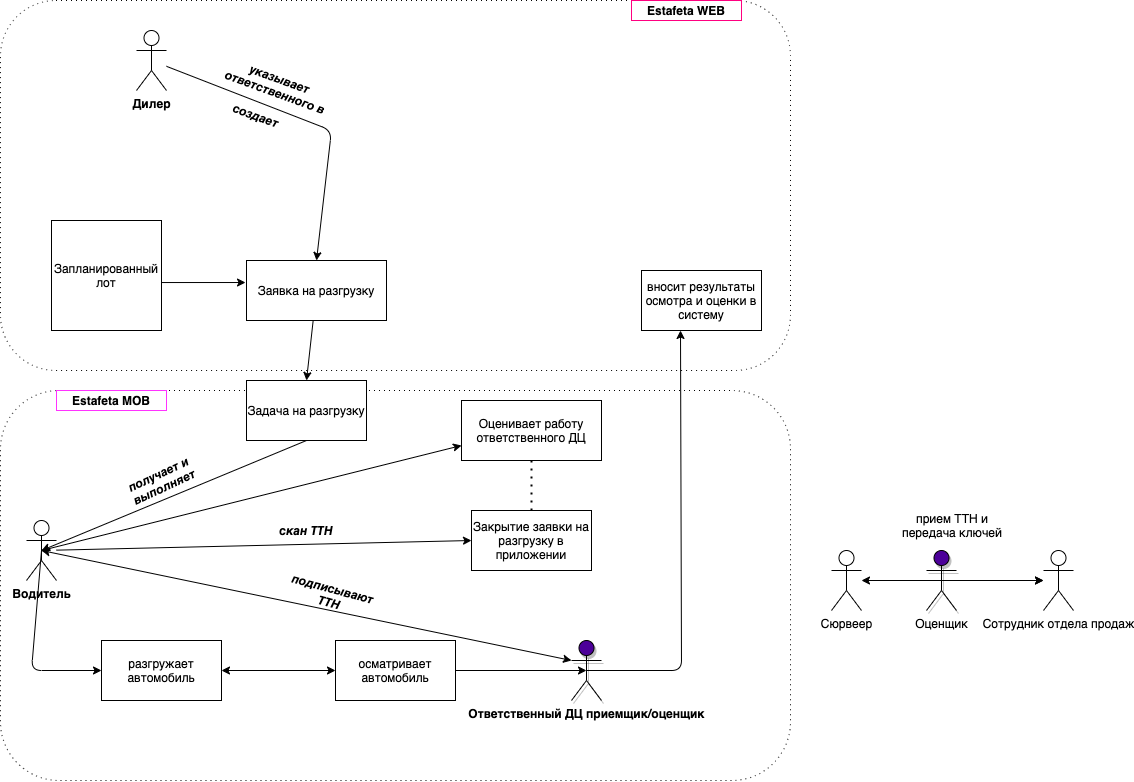
The draw.io diagram verification bp.png in annastazi02/diagrams, before a commit. Source tidied: cells renumbered, new cells last; positions are measured from the earlier drawing's top-left corner, leaving out a move shared by most shapes.
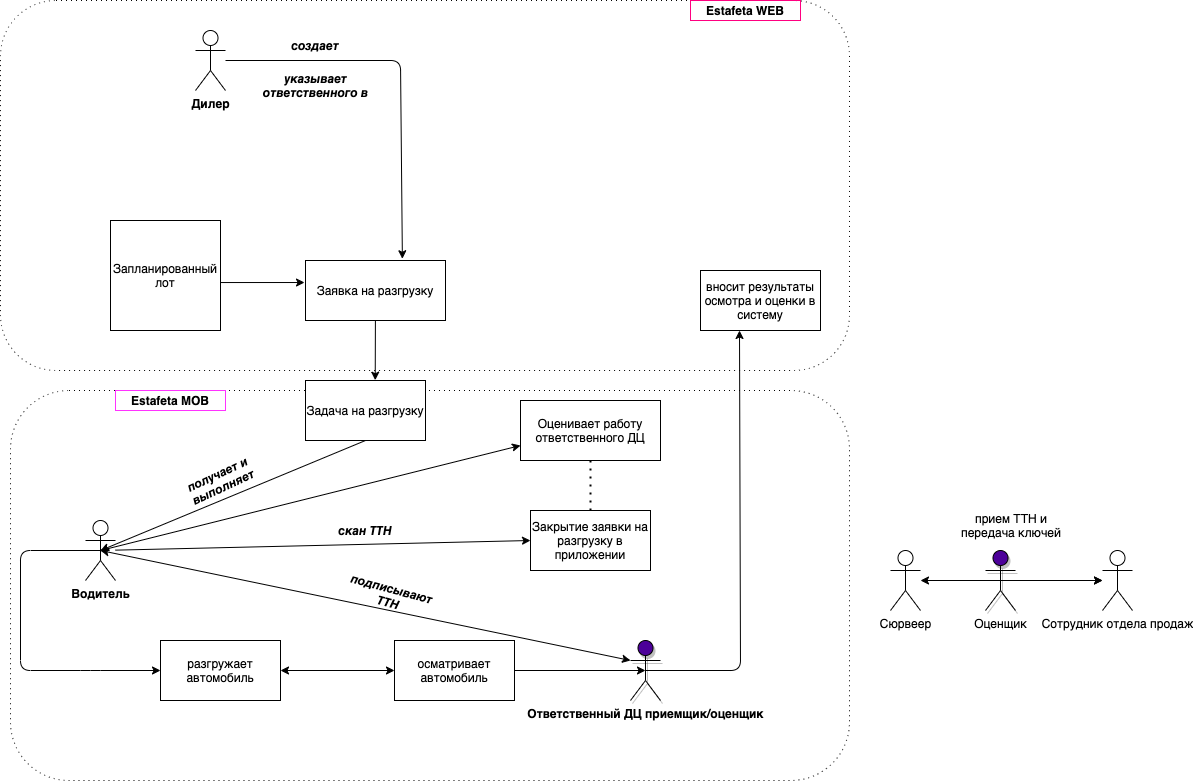
The same file after the commit.

The edit, as a diff of the source:
```diff
@@ -3,10 +3,10 @@
     <mxCell id="0" />
     <mxCell id="1" parent="0" />
     <mxCell id="2" style="shape=ext;rounded=1;html=1;whiteSpace=wrap;dashed=1;dashPattern=1 4;" parent="1" vertex="1">
-      <mxGeometry y="390" width="790" height="390" as="geometry" />
+      <mxGeometry x="-49" y="390" width="839" height="390" as="geometry" />
     </mxCell>
     <mxCell id="3" style="shape=ext;rounded=1;html=1;whiteSpace=wrap;dashed=1;dashPattern=1 4;" parent="1" vertex="1">
-      <mxGeometry width="790" height="370" as="geometry" />
+      <mxGeometry x="-59" width="849" height="370" as="geometry" />
     </mxCell>
     <mxCell id="4" value="&lt;b&gt;Estafeta MOB&lt;/b&gt;" style="text;html=1;strokeColor=#FF33FF;fillColor=none;align=center;verticalAlign=middle;whiteSpace=wrap;rounded=0;" parent="1" vertex="1">
       <mxGeometry x="56" y="390" width="110" height="20" as="geometry" />
@@ -26,18 +26,18 @@
     <mxCell id="9" value="&lt;b&gt;Дилер&lt;/b&gt;" style="shape=umlActor;verticalLabelPosition=bottom;verticalAlign=top;html=1;outlineConnect=0;" parent="1" vertex="1">
       <mxGeometry x="136" y="30" width="30" height="60" as="geometry" />
     </mxCell>
-    <mxCell id="10" style="endArrow=classic;html=1;entryX=0.5;entryY=0;entryDx=0;entryDy=0;" parent="1" edge="1" source="9" target="6">
+    <mxCell id="10" style="endArrow=classic;html=1;entryX=0.692;entryY=-0.029;entryDx=0;entryDy=0;entryPerimeter=0;" parent="1" edge="1" source="9" target="6">
       <mxGeometry relative="1" as="geometry">
         <Array as="points">
-          <mxPoint x="331" y="130" />
+          <mxPoint x="341" y="60" />
         </Array>
       </mxGeometry>
     </mxCell>
     <mxCell id="11" style="endArrow=classic;html=1;entryX=-0.007;entryY=0.367;entryDx=0;entryDy=0;entryPerimeter=0;exitX=1;exitY=0.564;exitDx=0;exitDy=0;exitPerimeter=0;" parent="1" edge="1" source="5" target="6">
       <mxGeometry relative="1" as="geometry" />
     </mxCell>
-    <mxCell id="12" value="&lt;i&gt;&lt;b&gt;создает&lt;/b&gt;&lt;/i&gt;" style="text;html=1;strokeColor=none;fillColor=none;align=center;verticalAlign=middle;whiteSpace=wrap;rounded=0;rotation=20;" parent="1" vertex="1">
-      <mxGeometry x="231" y="100" width="50" height="30" as="geometry" />
+    <mxCell id="12" value="&lt;i&gt;&lt;b&gt;создает&lt;/b&gt;&lt;/i&gt;" style="text;html=1;strokeColor=none;fillColor=none;align=center;verticalAlign=middle;whiteSpace=wrap;rounded=0;rotation=0;" parent="1" vertex="1">
+      <mxGeometry x="231" y="30" width="50" height="30" as="geometry" />
     </mxCell>
     <mxCell id="13" value="&lt;i&gt;&lt;b&gt;получает и выполняет&lt;/b&gt;&lt;/i&gt;" style="text;html=1;strokeColor=none;fillColor=none;align=center;verticalAlign=middle;whiteSpace=wrap;rounded=0;rotation=-25;" parent="1" vertex="1">
       <mxGeometry x="111" y="470" width="100" height="20" as="geometry" />
@@ -73,8 +73,8 @@
     <mxCell id="22" value="&lt;i&gt;&lt;b&gt;подписывают ТТН&lt;/b&gt;&lt;/i&gt;" style="text;html=1;strokeColor=none;fillColor=none;align=center;verticalAlign=middle;whiteSpace=wrap;rounded=0;rotation=15;" parent="1" vertex="1">
       <mxGeometry x="311" y="560" width="40" height="70" as="geometry" />
     </mxCell>
-    <mxCell id="23" value="&lt;i&gt;&lt;b&gt;указывает ответственного в&lt;/b&gt;&lt;/i&gt;" style="text;html=1;strokeColor=none;fillColor=none;align=center;verticalAlign=middle;whiteSpace=wrap;rounded=0;rotation=20;" parent="1" vertex="1">
-      <mxGeometry x="220" y="60" width="115" height="50" as="geometry" />
+    <mxCell id="23" value="&lt;i&gt;&lt;b&gt;указывает ответственного в&lt;/b&gt;&lt;/i&gt;" style="text;html=1;strokeColor=none;fillColor=none;align=center;verticalAlign=middle;whiteSpace=wrap;rounded=0;rotation=0;" parent="1" vertex="1">
+      <mxGeometry x="198.5" y="60" width="115" height="50" as="geometry" />
     </mxCell>
     <mxCell id="24" value="прием ТТН и передача ключей" style="text;html=1;strokeColor=none;fillColor=none;align=center;verticalAlign=middle;whiteSpace=wrap;rounded=0;" parent="1" vertex="1">
       <mxGeometry x="891" y="510" width="122" height="30" as="geometry" />
@@ -103,6 +103,8 @@
     <mxCell id="32" style="endArrow=classic;html=1;entryX=0;entryY=0.5;entryDx=0;entryDy=0;exitX=0.5;exitY=0.5;exitDx=0;exitDy=0;exitPerimeter=0;" parent="1" edge="1" source="7" target="19">
       <mxGeometry relative="1" as="geometry">
         <Array as="points">
+          <mxPoint x="-39" y="550" />
+          <mxPoint x="-39" y="670" />
           <mxPoint x="31" y="670" />
         </Array>
       </mxGeometry>
@@ -110,7 +112,7 @@
     <mxCell id="33" value="Задача на разгрузку" style="rounded=0;whiteSpace=wrap;html=1;" parent="1" vertex="1">
       <mxGeometry x="246" y="380" width="120" height="60" as="geometry" />
     </mxCell>
-    <mxCell id="34" style="endArrow=classic;html=1;entryX=0.5;entryY=0;entryDx=0;entryDy=0;" parent="1" edge="1" source="6" target="33">
+    <mxCell id="34" style="endArrow=classic;html=1;entryX=0.581;entryY=-0.005;entryDx=0;entryDy=0;entryPerimeter=0;" parent="1" edge="1" source="6" target="33">
       <mxGeometry relative="1" as="geometry" />
     </mxCell>
     <mxCell id="35" style="endArrow=classic;startArrow=classic;html=1;entryX=0;entryY=0.3333333333333333;entryDx=0;entryDy=0;entryPerimeter=0;exitX=0.5;exitY=0.5;exitDx=0;exitDy=0;exitPerimeter=0;" parent="1" edge="1" source="7" target="8">
```
